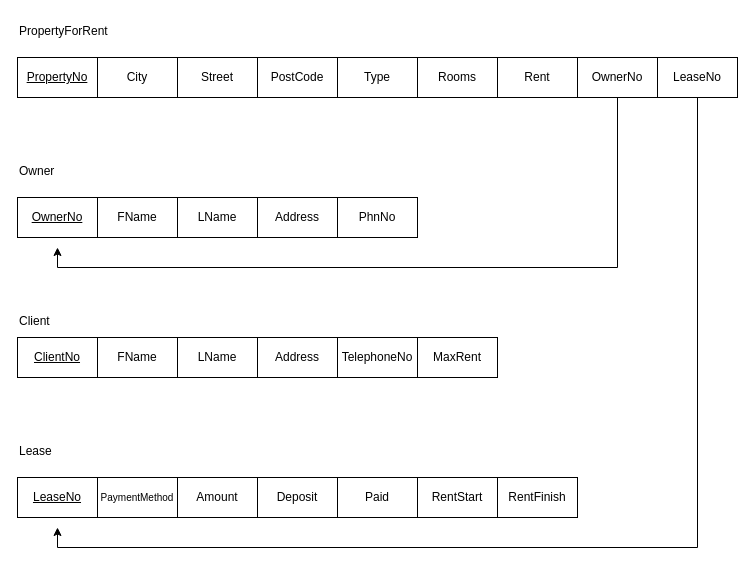
Above: Untitled Diagram.drawio in Alli233/Alli233 (draw.io), before the change. Source tidied: cells renumbered, new cells numbered last; positions are measured from the earlier drawing's top-left corner, leaving out a move shared by most shapes. Both pictures are drawn from the tidied source at 100%, with x=0, y=0 at pixel (17, 17).
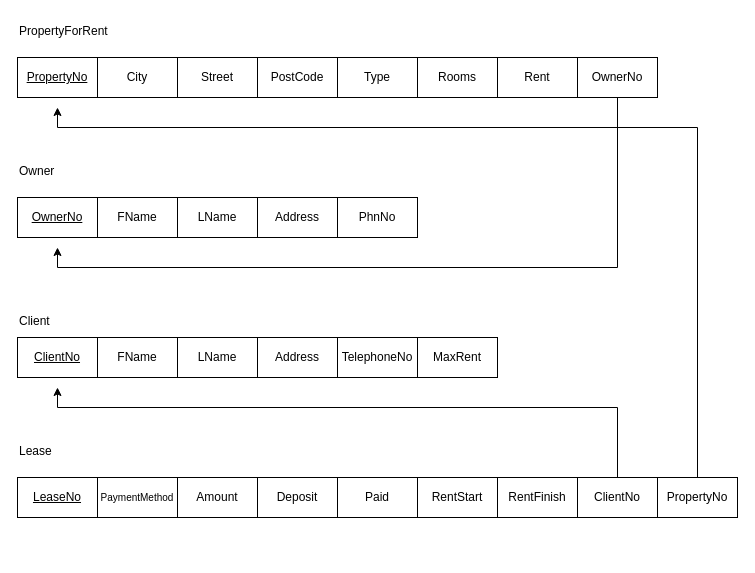
Above is the later version.

The edit, as a diff of the source:
```diff
@@
-    <mxCell id="66" style="edgeStyle=orthogonalEdgeStyle;rounded=0;jettySize=auto;html=1;" parent="1" edge="1" source="67">
-      <mxGeometry relative="1" as="geometry">
-        <mxPoint x="40" y="510" as="targetPoint" />
-        <Array as="points">
-          <mxPoint x="680" y="530" />
-          <mxPoint x="40" y="530" />
-        </Array>
-      </mxGeometry>
-    </mxCell>
-    <mxCell id="67" value="LeaseNo" style="rounded=0;whiteSpace=wrap;html=1;" parent="1" vertex="1">
-      <mxGeometry x="640" y="40" width="80" height="40" as="geometry" />
-    </mxCell>
+    <mxCell id="68" style="edgeStyle=orthogonalEdgeStyle;rounded=0;jettySize=auto;html=1;" parent="1" edge="1" source="69">
+      <mxGeometry relative="1" as="geometry">
+        <mxPoint x="40" y="370" as="targetPoint" />
+        <Array as="points">
+          <mxPoint x="600" y="390" />
+          <mxPoint x="40" y="390" />
+        </Array>
+      </mxGeometry>
+    </mxCell>
+    <mxCell id="69" value="ClientNo" style="rounded=0;whiteSpace=wrap;html=1;" parent="1" vertex="1">
+      <mxGeometry x="560" y="460" width="80" height="40" as="geometry" />
+    </mxCell>
+    <mxCell id="70" style="edgeStyle=orthogonalEdgeStyle;rounded=0;jettySize=auto;html=1;" parent="1" edge="1" source="71">
+      <mxGeometry relative="1" as="geometry">
+        <mxPoint x="40" y="90" as="targetPoint" />
+        <Array as="points">
+          <mxPoint x="680" y="110" />
+          <mxPoint x="40" y="110" />
+        </Array>
+      </mxGeometry>
+    </mxCell>
+    <mxCell id="71" value="&lt;span style=&quot;text-align: left;&quot;&gt;PropertyNo&lt;/span&gt;" style="rounded=0;whiteSpace=wrap;html=1;" parent="1" vertex="1">
+      <mxGeometry x="640" y="460" width="80" height="40" as="geometry" />
+    </mxCell>
```
